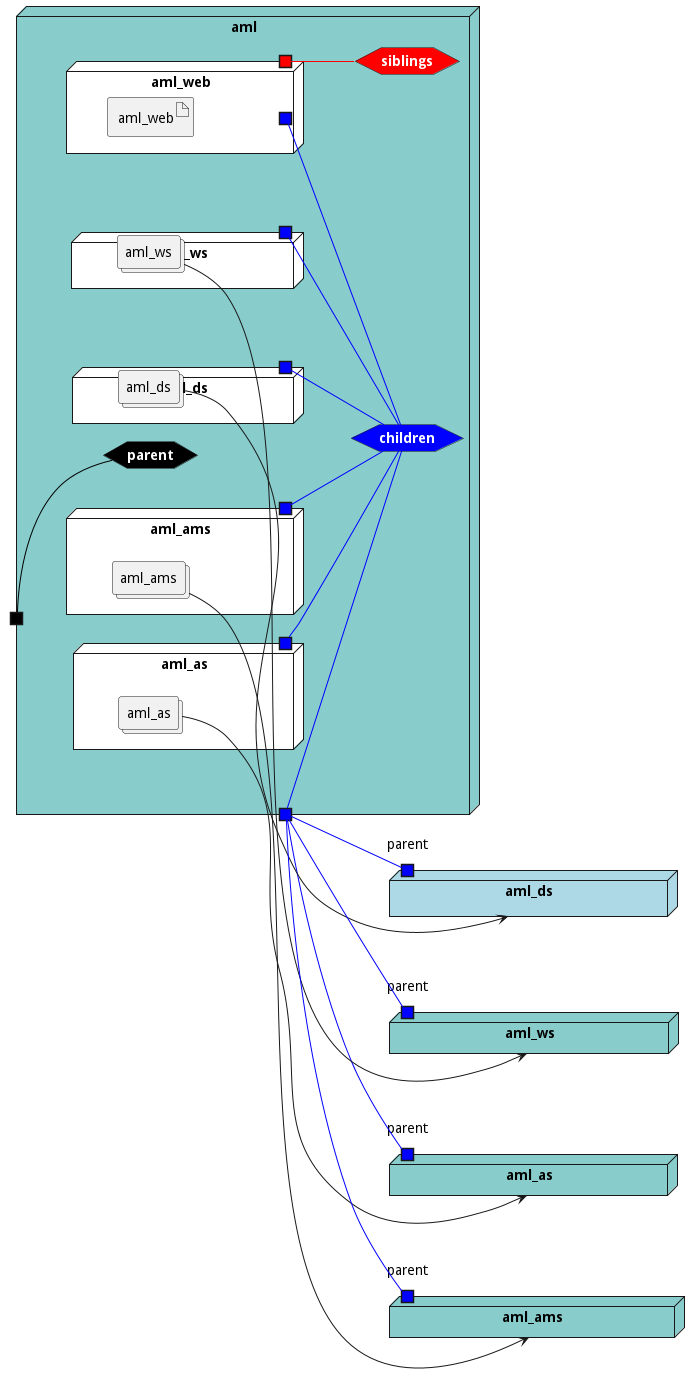
This is docs/edgemere/aml/envs/prod/deployment.png from madajaju/edgemere, a PlantUML export, as it was before one commit.
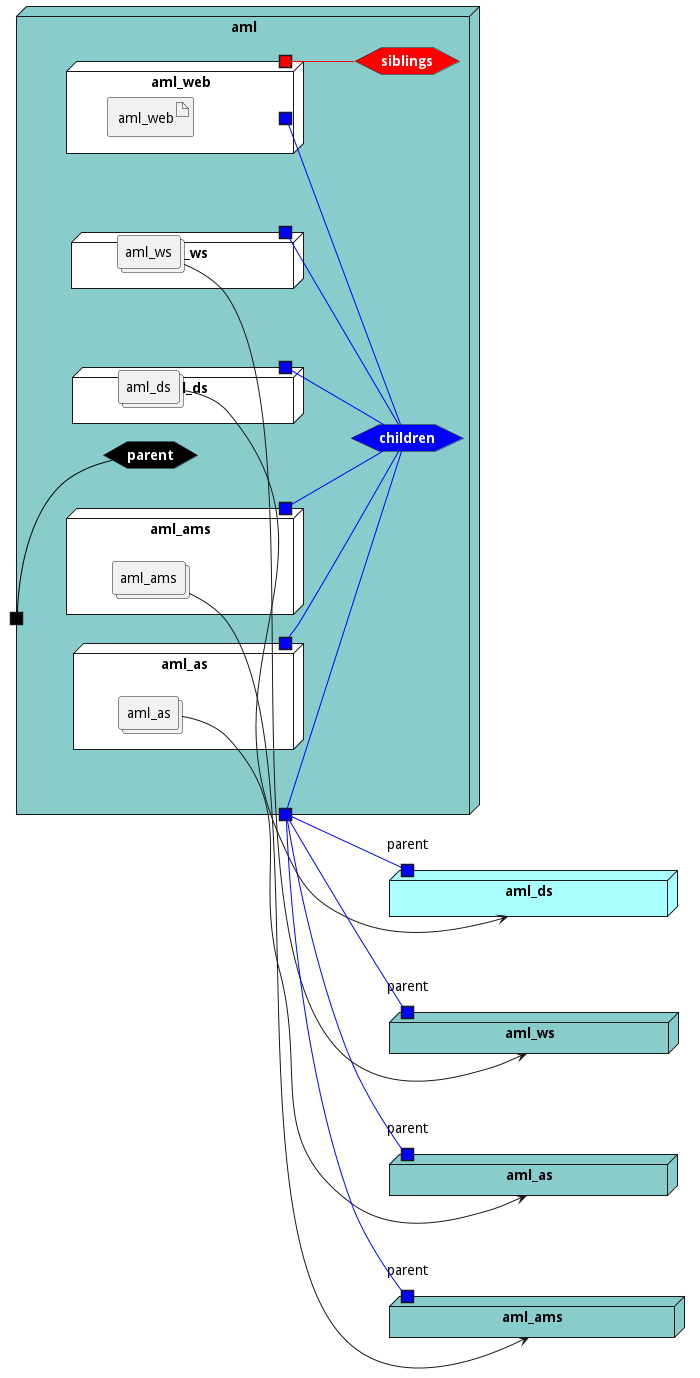
Later version of the same file.

Change to the diagram source:
```diff
@@ -8,7 +8,7 @@
 node "aml_as" as aml_asStack #88cccc {
     portin "parent" as aml_asStackPortIn #blue
 }
-node "aml_ds" as aml_dsStack #lightblue {
+node "aml_ds" as aml_dsStack #aaffff {
     portin "parent" as aml_dsStackPortIn #blue
 }
 node "aml_ws" as aml_wsStack #88cccc {
```
